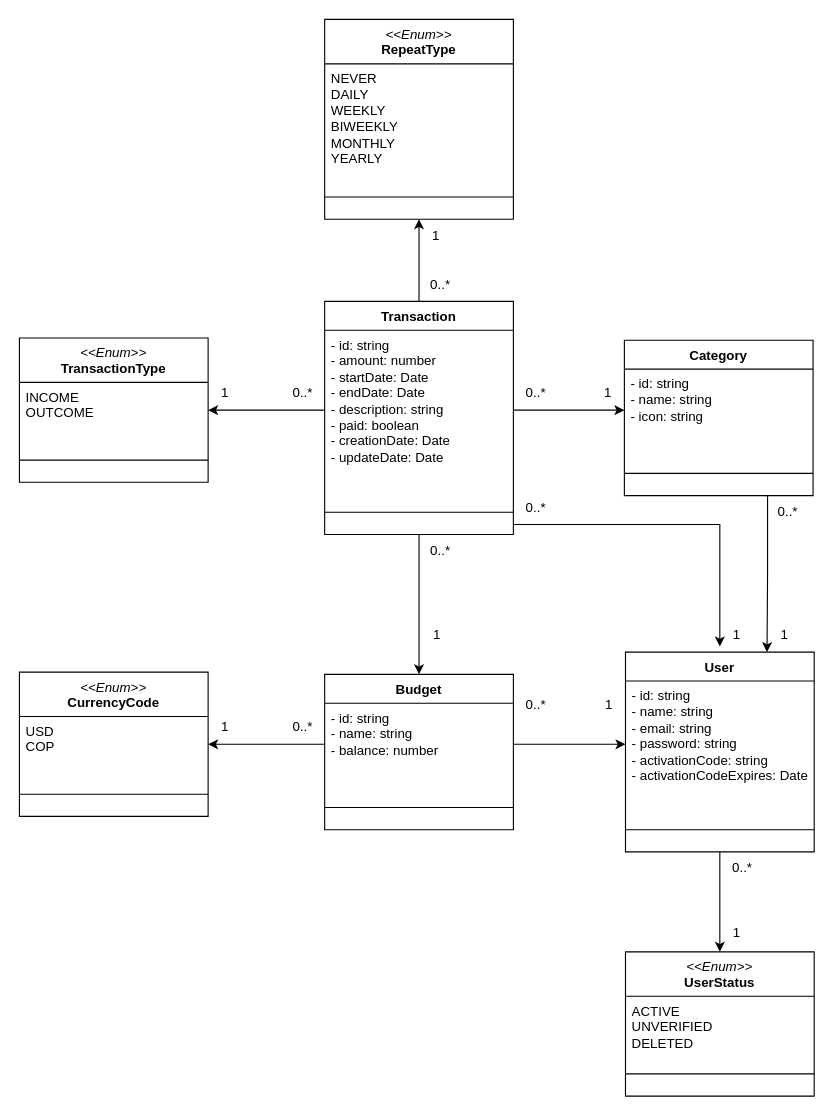
Before: docs/budget.drawio in acastillo9/budget-api, a draw.io diagram. Source tidied: cells renumbered, new cells numbered last; positions are measured from the earlier drawing's top-left corner, leaving out a move shared by most shapes. Both pictures are drawn from the tidied source at 111%, with x=0, y=0 at pixel (19, 19).
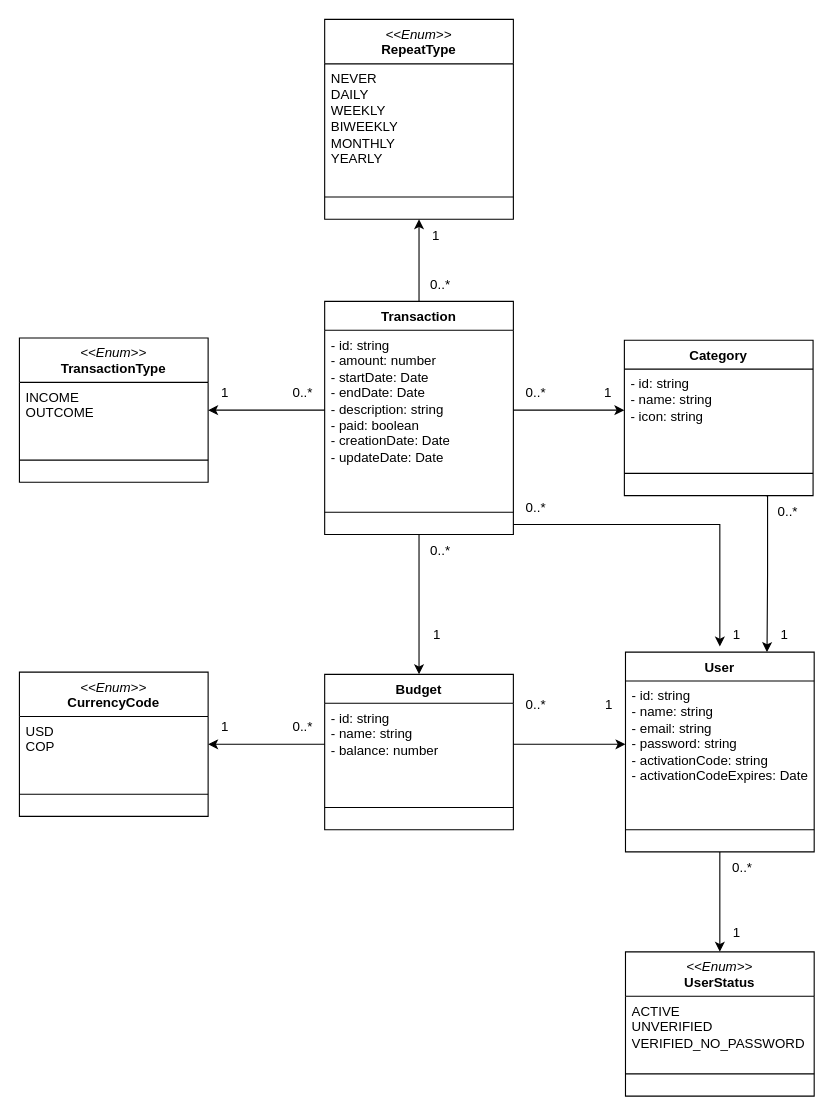
The same page after the edit.

Unchanged cells that the change refers to:
```xml
<mxCell id="48" value="&lt;div&gt;&lt;i style=&quot;font-weight: 400;&quot;&gt;&amp;lt;&amp;lt;Enum&amp;gt;&amp;gt;&lt;/i&gt;&lt;br&gt;&lt;/div&gt;UserStatus" style="swimlane;fontStyle=1;align=center;verticalAlign=top;horizontal=1;startSize=40;whiteSpace=wrap;html=1;" parent="1" vertex="1">
  <mxGeometry x="546" y="840" width="170" height="130" as="geometry" />
</mxCell>
```

Diff of the diagram source:
```diff
@@
-    <mxCell id="49" value="&lt;div&gt;ACTIVE&lt;/div&gt;&lt;div&gt;UNVERIFIED&lt;/div&gt;&lt;div&gt;DELETED&lt;/div&gt;" style="text;strokeColor=none;fillColor=none;align=left;verticalAlign=top;spacingLeft=4;spacingRight=4;overflow=hidden;whiteSpace=wrap;html=1;" parent="48" vertex="1">
+    <mxCell id="49" value="&lt;div&gt;ACTIVE&lt;/div&gt;&lt;div&gt;UNVERIFIED&lt;/div&gt;&lt;div&gt;VERIFIED_NO_PASSWORD&lt;/div&gt;" style="text;strokeColor=none;fillColor=none;align=left;verticalAlign=top;spacingLeft=4;spacingRight=4;overflow=hidden;whiteSpace=wrap;html=1;" parent="48" vertex="1">
       <mxGeometry y="40" width="170" height="50" as="geometry" />
     </mxCell>
```
